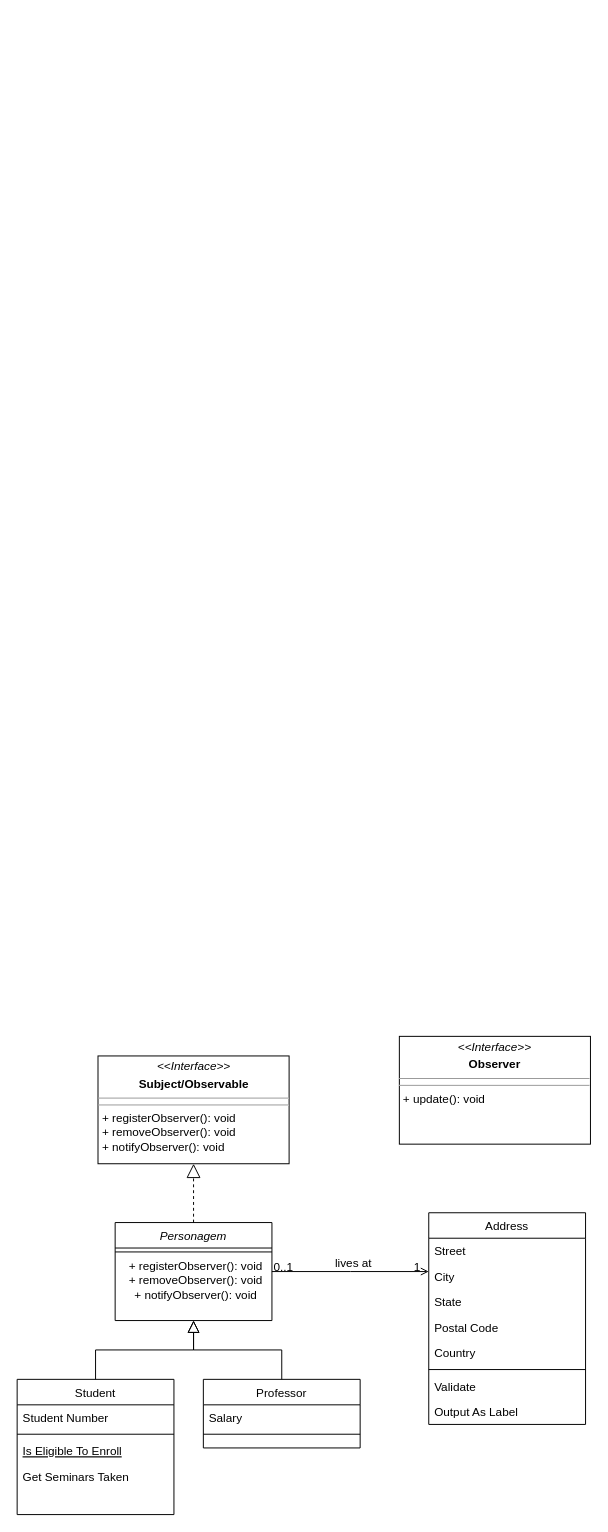
This is Pratica3.drawio from annaletycia/POO1, a draw.io file, before an edit. Source tidied: cells renumbered, new cells numbered last; positions are measured from the earlier drawing's top-left corner, leaving out a move shared by most shapes. Both pictures are drawn from the tidied source at 98%, with x=0, y=0 at pixel (17, 1036).
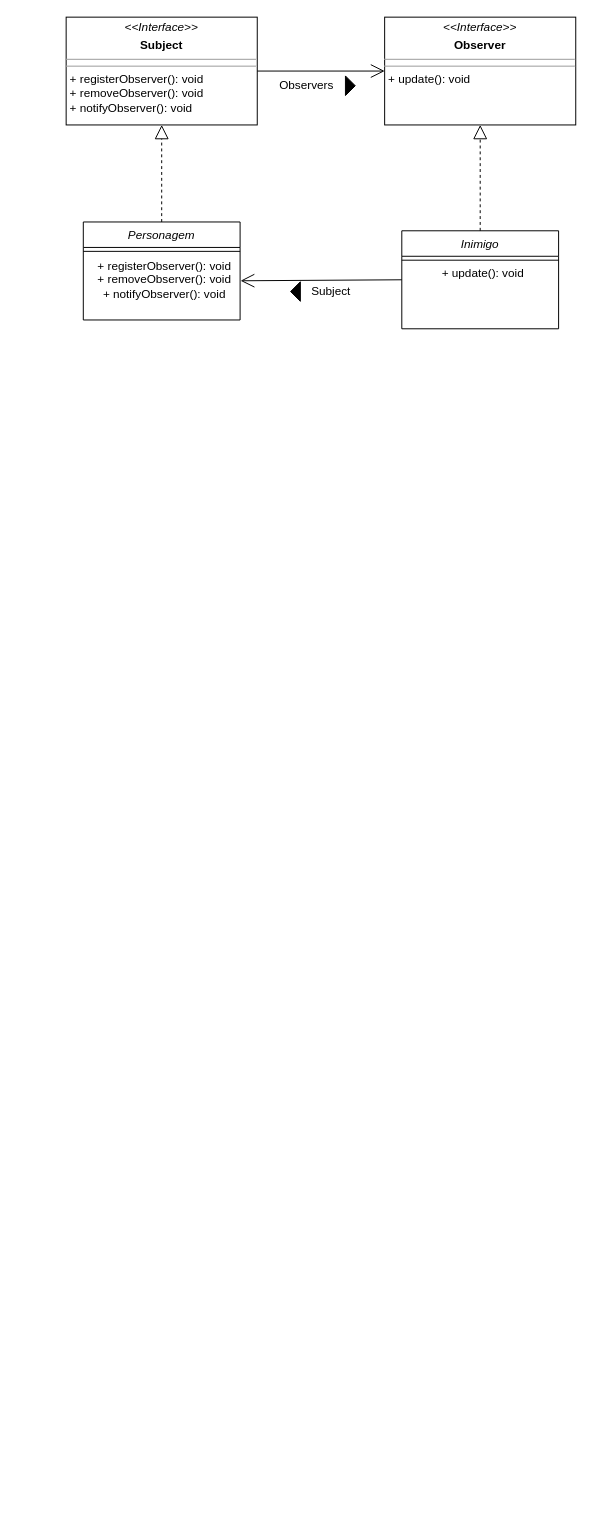
After the change.

Unchanged cells that the change refers to:
```xml
<mxCell id="4" value="&lt;p style=&quot;margin: 0px ; margin-left: 4px&quot;&gt;+ registerObserver(): void&lt;br&gt;+ removeObserver(): void&lt;/p&gt;&lt;p style=&quot;margin: 0px ; margin-left: 4px&quot;&gt;+ notifyObserver(): void&lt;/p&gt;" style="text;html=1;align=center;verticalAlign=middle;points=[];strokeColor=none;fillColor=none;" parent="2" vertex="1">
  <mxGeometry y="34" width="160" height="50" as="geometry" />
</mxCell>
```

Change to the diagram source:
```diff
@@
     <mxCell id="2" value="Personagem" style="swimlane;fontStyle=2;align=center;verticalAlign=top;horizontal=1;startSize=26;rounded=0;shadow=0;strokeWidth=1;" parent="1" vertex="1">
-      <mxGeometry x="100" y="190" width="160" height="100" as="geometry" />
+      <mxGeometry x="67.5" y="-831" width="160" height="100" as="geometry" />
     </mxCell>
@@
-    <mxCell id="5" value="Student" style="swimlane;fontStyle=0;align=center;verticalAlign=top;horizontal=1;startSize=26;rounded=0;shadow=0;strokeWidth=1;" parent="1" vertex="1">
-      <mxGeometry y="350" width="160" height="138" as="geometry" />
-    </mxCell>
-    <mxCell id="6" value="Student Number" style="text;align=left;verticalAlign=top;spacingLeft=4;spacingRight=4;overflow=hidden;" parent="5" vertex="1">
-      <mxGeometry y="26" width="160" height="26" as="geometry" />
-    </mxCell>
-    <mxCell id="7" style="line;html=1;strokeWidth=1;align=left;verticalAlign=middle;spacingTop=-1;spacingLeft=3;spacingRight=3;labelPosition=right;" parent="5" vertex="1">
-      <mxGeometry y="52" width="160" height="8" as="geometry" />
-    </mxCell>
-    <mxCell id="8" value="Is Eligible To Enroll" style="text;align=left;verticalAlign=top;spacingLeft=4;spacingRight=4;overflow=hidden;fontStyle=4;" parent="5" vertex="1">
-      <mxGeometry y="60" width="160" height="26" as="geometry" />
-    </mxCell>
-    <mxCell id="9" value="Get Seminars Taken" style="text;align=left;verticalAlign=top;spacingLeft=4;spacingRight=4;overflow=hidden;" parent="5" vertex="1">
-      <mxGeometry y="86" width="160" height="26" as="geometry" />
-    </mxCell>
-    <mxCell id="10" style="endArrow=block;endSize=10;endFill=0;shadow=0;strokeWidth=1;rounded=0;edgeStyle=elbowEdgeStyle;elbow=vertical;" parent="1" edge="1" source="5" target="2">
-      <mxGeometry relative="1" as="geometry" />
-    </mxCell>
-    <mxCell id="11" value="Professor" style="swimlane;fontStyle=0;align=center;verticalAlign=top;horizontal=1;startSize=26;rounded=0;shadow=0;strokeWidth=1;" parent="1" vertex="1">
-      <mxGeometry x="190" y="350" width="160" height="70" as="geometry" />
-    </mxCell>
-    <mxCell id="12" value="Salary" style="text;align=left;verticalAlign=top;spacingLeft=4;spacingRight=4;overflow=hidden;" parent="11" vertex="1">
-      <mxGeometry y="26" width="160" height="26" as="geometry" />
-    </mxCell>
-    <mxCell id="13" style="line;html=1;strokeWidth=1;align=left;verticalAlign=middle;spacingTop=-1;spacingLeft=3;spacingRight=3;labelPosition=right;" parent="11" vertex="1">
-      <mxGeometry y="52" width="160" height="8" as="geometry" />
-    </mxCell>
-    <mxCell id="14" style="endArrow=block;endSize=10;endFill=0;shadow=0;strokeWidth=1;rounded=0;edgeStyle=elbowEdgeStyle;elbow=vertical;" parent="1" edge="1" source="11" target="2">
-      <mxGeometry relative="1" as="geometry" />
-    </mxCell>
-    <mxCell id="15" value="Address" style="swimlane;fontStyle=0;align=center;verticalAlign=top;horizontal=1;startSize=26;rounded=0;shadow=0;strokeWidth=1;" parent="1" vertex="1">
-      <mxGeometry x="420" y="180" width="160" height="216" as="geometry" />
-    </mxCell>
-    <mxCell id="16" value="Street" style="text;align=left;verticalAlign=top;spacingLeft=4;spacingRight=4;overflow=hidden;" parent="15" vertex="1">
-      <mxGeometry y="26" width="160" height="26" as="geometry" />
-    </mxCell>
-    <mxCell id="17" value="City" style="text;align=left;verticalAlign=top;spacingLeft=4;spacingRight=4;overflow=hidden;rounded=0;shadow=0;html=0;" parent="15" vertex="1">
-      <mxGeometry y="52" width="160" height="26" as="geometry" />
-    </mxCell>
-    <mxCell id="18" value="State" style="text;align=left;verticalAlign=top;spacingLeft=4;spacingRight=4;overflow=hidden;rounded=0;shadow=0;html=0;" parent="15" vertex="1">
-      <mxGeometry y="78" width="160" height="26" as="geometry" />
-    </mxCell>
-    <mxCell id="19" value="Postal Code" style="text;align=left;verticalAlign=top;spacingLeft=4;spacingRight=4;overflow=hidden;rounded=0;shadow=0;html=0;" parent="15" vertex="1">
-      <mxGeometry y="104" width="160" height="26" as="geometry" />
-    </mxCell>
-    <mxCell id="20" value="Country" style="text;align=left;verticalAlign=top;spacingLeft=4;spacingRight=4;overflow=hidden;rounded=0;shadow=0;html=0;" parent="15" vertex="1">
-      <mxGeometry y="130" width="160" height="26" as="geometry" />
-    </mxCell>
-    <mxCell id="21" style="line;html=1;strokeWidth=1;align=left;verticalAlign=middle;spacingTop=-1;spacingLeft=3;spacingRight=3;labelPosition=right;" parent="15" vertex="1">
-      <mxGeometry y="156" width="160" height="8" as="geometry" />
-    </mxCell>
-    <mxCell id="22" value="Validate" style="text;align=left;verticalAlign=top;spacingLeft=4;spacingRight=4;overflow=hidden;" parent="15" vertex="1">
-      <mxGeometry y="164" width="160" height="26" as="geometry" />
-    </mxCell>
-    <mxCell id="23" value="Output As Label" style="text;align=left;verticalAlign=top;spacingLeft=4;spacingRight=4;overflow=hidden;" parent="15" vertex="1">
-      <mxGeometry y="190" width="160" height="26" as="geometry" />
-    </mxCell>
-    <mxCell id="24" style="endArrow=open;shadow=0;strokeWidth=1;rounded=0;endFill=1;edgeStyle=elbowEdgeStyle;elbow=vertical;" parent="1" edge="1" source="2" target="15">
-      <mxGeometry x="0.5" y="41" relative="1" as="geometry">
-        <mxPoint x="-40" y="32" as="offset" />
-      </mxGeometry>
-    </mxCell>
-    <mxCell id="25" value="0..1" style="align=left;verticalAlign=bottom;labelBackgroundColor=none;fontSize=12;" parent="24" vertex="1">
-      <mxGeometry x="-1" relative="1" as="geometry">
-        <mxPoint y="4" as="offset" />
-      </mxGeometry>
-    </mxCell>
-    <mxCell id="26" value="1" style="align=right;verticalAlign=bottom;labelBackgroundColor=none;fontSize=12;" parent="24" vertex="1">
-      <mxGeometry x="1" relative="1" as="geometry">
-        <mxPoint x="-7" y="4" as="offset" />
-      </mxGeometry>
-    </mxCell>
-    <mxCell id="27" value="lives at" style="text;html=1;align=center;verticalAlign=middle;labelBackgroundColor=none;rounded=0;shadow=0;strokeWidth=1;fontSize=12;" parent="24" vertex="1">
-      <mxGeometry x="0.5" y="49" relative="1" as="geometry">
-        <mxPoint x="-38" y="40" as="offset" />
-      </mxGeometry>
-    </mxCell>
-    <mxCell id="28" value="&lt;p style=&quot;margin: 0px ; margin-top: 4px ; text-align: center&quot;&gt;&lt;i&gt;&amp;lt;&amp;lt;Interface&amp;gt;&amp;gt;&lt;/i&gt;&lt;b&gt;&lt;br&gt;&lt;/b&gt;&lt;/p&gt;&lt;p style=&quot;margin: 0px ; margin-top: 4px ; text-align: center&quot;&gt;&lt;b&gt;Subject/Observable&lt;/b&gt;&lt;br&gt;&lt;b&gt;&lt;/b&gt;&lt;/p&gt;&lt;hr size=&quot;1&quot;&gt;&lt;hr size=&quot;1&quot;&gt;&lt;p style=&quot;margin: 0px ; margin-left: 4px&quot;&gt;+ registerObserver(): void&lt;br&gt;+ removeObserver(): void&lt;/p&gt;&lt;p style=&quot;margin: 0px ; margin-left: 4px&quot;&gt;+ notifyObserver(): void&lt;/p&gt;" style="verticalAlign=top;align=left;overflow=fill;fontSize=12;fontFamily=Helvetica;html=1;" parent="1" vertex="1">
-      <mxGeometry x="82.5" y="20" width="195" height="110" as="geometry" />
+    <mxCell id="28" value="&lt;p style=&quot;margin: 0px ; margin-top: 4px ; text-align: center&quot;&gt;&lt;i&gt;&amp;lt;&amp;lt;Interface&amp;gt;&amp;gt;&lt;/i&gt;&lt;b&gt;&lt;br&gt;&lt;/b&gt;&lt;/p&gt;&lt;p style=&quot;margin: 0px ; margin-top: 4px ; text-align: center&quot;&gt;&lt;b&gt;Subject&lt;/b&gt;&lt;br&gt;&lt;/p&gt;&lt;hr size=&quot;1&quot;&gt;&lt;hr size=&quot;1&quot;&gt;&lt;p style=&quot;margin: 0px ; margin-left: 4px&quot;&gt;+ registerObserver(): void&lt;br&gt;+ removeObserver(): void&lt;/p&gt;&lt;p style=&quot;margin: 0px ; margin-left: 4px&quot;&gt;+ notifyObserver(): void&lt;/p&gt;" style="verticalAlign=top;align=left;overflow=fill;fontSize=12;fontFamily=Helvetica;html=1;" parent="1" vertex="1">
+      <mxGeometry x="50" y="-1040" width="195" height="110" as="geometry" />
     </mxCell>
@@
     <mxCell id="30" value="&lt;p style=&quot;margin: 0px ; margin-top: 4px ; text-align: center&quot;&gt;&lt;i&gt;&amp;lt;&amp;lt;Interface&amp;gt;&amp;gt;&lt;/i&gt;&lt;b&gt;&lt;br&gt;&lt;/b&gt;&lt;/p&gt;&lt;p style=&quot;margin: 0px ; margin-top: 4px ; text-align: center&quot;&gt;&lt;b&gt;Observer&lt;/b&gt;&lt;br&gt;&lt;/p&gt;&lt;hr size=&quot;1&quot;&gt;&lt;hr size=&quot;1&quot;&gt;&lt;p style=&quot;margin: 0px ; margin-left: 4px&quot;&gt;+ update(): void&lt;/p&gt;" style="verticalAlign=top;align=left;overflow=fill;fontSize=12;fontFamily=Helvetica;html=1;" parent="1" vertex="1">
-      <mxGeometry x="390" width="195" height="110" as="geometry" />
+      <mxGeometry x="375" y="-1040" width="195" height="110" as="geometry" />
     </mxCell>
+    <mxCell id="31" value="Inimigo" style="swimlane;fontStyle=2;align=center;verticalAlign=top;horizontal=1;startSize=26;rounded=0;shadow=0;strokeWidth=1;" parent="1" vertex="1">
+      <mxGeometry x="392.5" y="-822" width="160" height="100" as="geometry" />
+    </mxCell>
+    <mxCell id="32" style="line;html=1;strokeWidth=1;align=left;verticalAlign=middle;spacingTop=-1;spacingLeft=3;spacingRight=3;labelPosition=right;" parent="31" vertex="1">
+      <mxGeometry y="26" width="160" height="8" as="geometry" />
+    </mxCell>
+    <mxCell id="33" value="&lt;p style=&quot;margin: 0px ; margin-left: 4px&quot;&gt;+ update(): void&lt;/p&gt;" style="text;html=1;align=center;verticalAlign=middle;strokeColor=none;fillColor=none;" parent="31" vertex="1">
+      <mxGeometry y="34" width="160" height="20" as="geometry" />
+    </mxCell>
+    <mxCell id="34" style="endArrow=block;dashed=1;endFill=0;endSize=12;html=1;rounded=0;entryX=0.5;entryY=1;entryDx=0;entryDy=0;exitX=0.5;exitY=0;exitDx=0;exitDy=0;" parent="1" edge="1" source="31" target="30">
+      <mxGeometry relative="1" as="geometry" />
+    </mxCell>
+    <mxCell id="35" style="endArrow=open;endFill=1;endSize=12;html=1;rounded=0;exitX=1;exitY=0.5;exitDx=0;exitDy=0;entryX=0;entryY=0.5;entryDx=0;entryDy=0;" parent="1" edge="1" source="28" target="30">
+      <mxGeometry relative="1" as="geometry" />
+    </mxCell>
+    <mxCell id="36" style="endArrow=open;endFill=1;endSize=12;html=1;rounded=0;entryX=1.003;entryY=0.52;entryDx=0;entryDy=0;entryPerimeter=0;exitX=0;exitY=0.5;exitDx=0;exitDy=0;" parent="1" edge="1" source="31" target="4">
+      <mxGeometry relative="1" as="geometry" />
+    </mxCell>
+    <mxCell id="37" style="triangle;whiteSpace=wrap;html=1;fillColor=#000000;" parent="1" vertex="1">
+      <mxGeometry x="335" y="-980" width="10" height="20" as="geometry" />
+    </mxCell>
+    <mxCell id="38" value="Observers" style="text;html=1;align=center;verticalAlign=middle;strokeColor=none;fillColor=none;" parent="1" vertex="1">
+      <mxGeometry x="260" y="-980" width="70" height="20" as="geometry" />
+    </mxCell>
+    <mxCell id="39" style="triangle;whiteSpace=wrap;html=1;fillColor=#000000;rotation=-180;" parent="1" vertex="1">
+      <mxGeometry x="279" y="-770" width="10" height="20" as="geometry" />
+    </mxCell>
+    <mxCell id="40" value="Subject" style="text;html=1;align=center;verticalAlign=middle;strokeColor=none;fillColor=none;" parent="1" vertex="1">
+      <mxGeometry x="295" y="-770" width="50" height="20" as="geometry" />
+    </mxCell>
```
